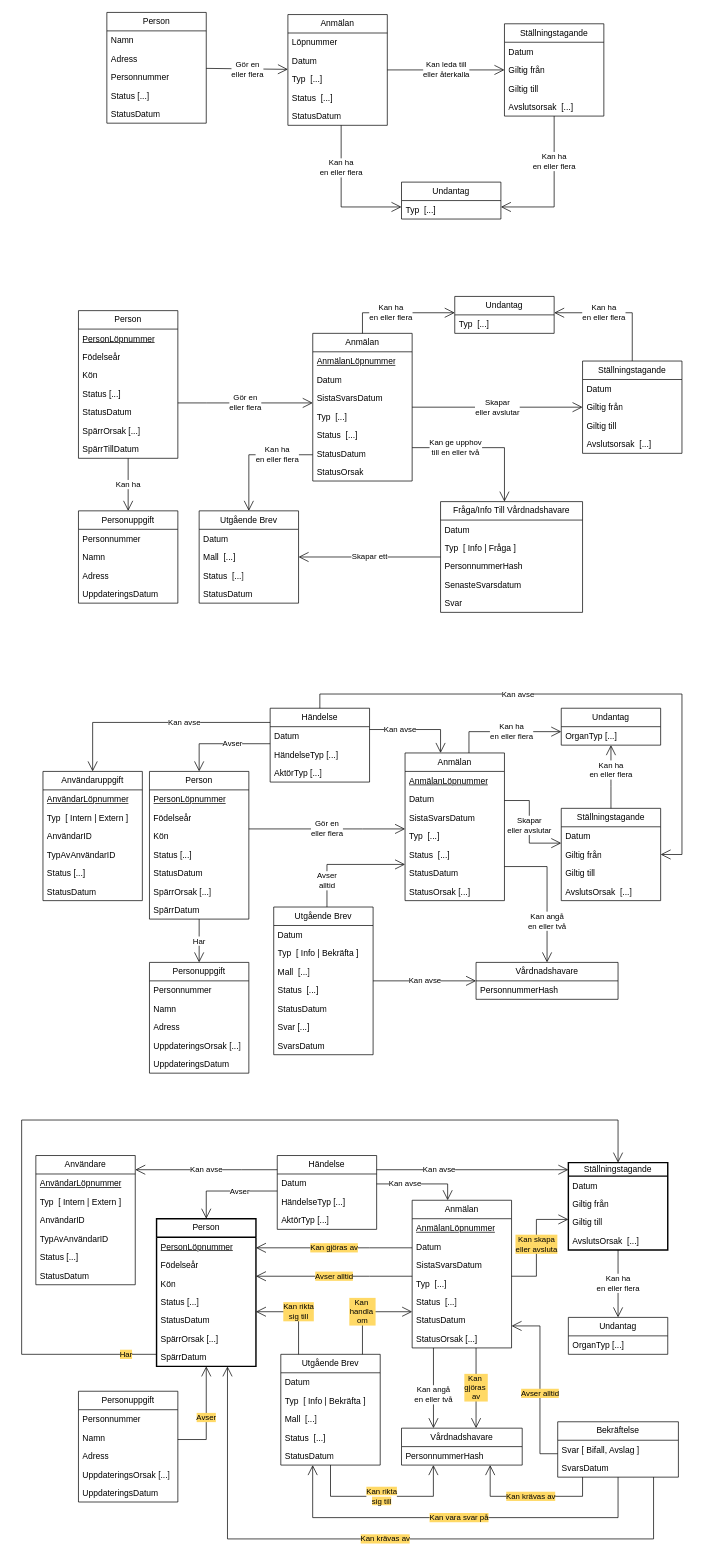
This is page "Konceptuella modeller" (7 of 9) of Donationsregister.drawio from bhagqvist-consid/ICD11, a draw.io file, before an edit. Source tidied: cells renumbered, new cells numbered last; positions are measured from the earlier drawing's top-left corner, leaving out a move shared by most shapes. Both pictures are drawn from the tidied source at 71%, with x=0, y=0 at pixel (21, 12).
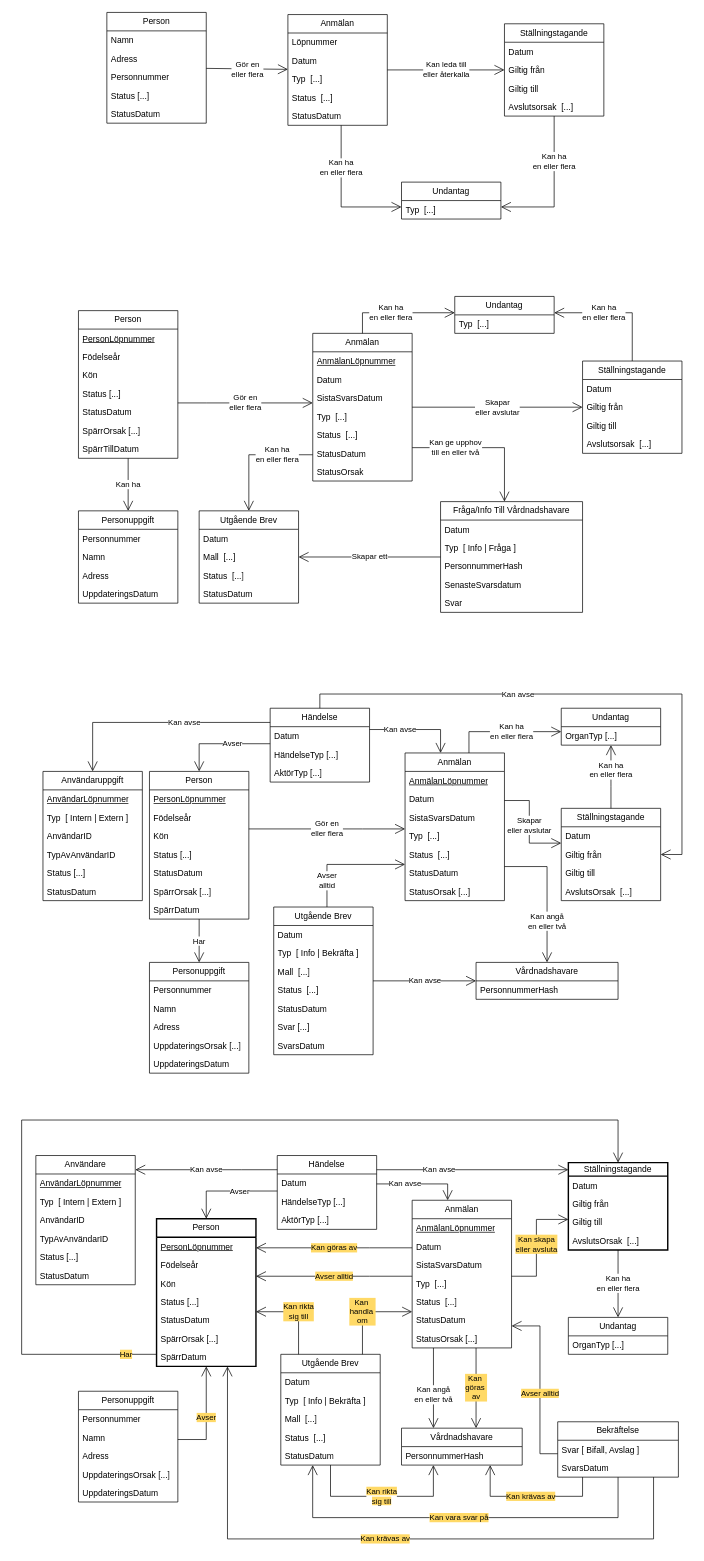
After the change.

The change refers to these unchanged cells:
```xml
<mxCell id="134" value="Person" style="swimlane;fontStyle=0;horizontal=1;startSize=26;fillColor=none;whiteSpace=wrap;html=1;strokeWidth=2;" parent="1" vertex="1">
  <mxGeometry x="190" y="1699" width="140" height="208" as="geometry" />
</mxCell>
<mxCell id="142" value="Anmälan" style="swimlane;fontStyle=0;horizontal=1;startSize=26;fillColor=none;whiteSpace=wrap;html=1;" parent="1" vertex="1">
  <mxGeometry x="550" y="1673" width="140" height="208" as="geometry" />
</mxCell>
<mxCell id="174" value="Vårdnadshavare" style="swimlane;fontStyle=0;horizontal=1;startSize=26;fillColor=none;whiteSpace=wrap;html=1;" parent="1" vertex="1">
  <mxGeometry x="535" y="1994" width="170" height="52" as="geometry" />
</mxCell>
```

Diff of the diagram source:
```diff
@@
-    <mxCell id="173" value="Kan&amp;nbsp;&lt;div&gt;gjöras&amp;nbsp;&lt;/div&gt;&lt;div&gt;av&lt;/div&gt;" style="edgeStyle=orthogonalEdgeStyle;rounded=0;jettySize=auto;html=1;labelBackgroundColor=#FFD966;startArrow=open;startFill=0;endArrow=none;endFill=0;strokeColor=#000000;align=center;verticalAlign=middle;fontFamily=Helvetica;fontSize=11;fontColor=default;startSize=12;endSize=12;fillColor=#0050ef;" parent="1" edge="1" source="174" target="142">
+    <mxCell id="173" value="Kan&amp;nbsp;&lt;div&gt;göras&amp;nbsp;&lt;/div&gt;&lt;div&gt;av&lt;/div&gt;" style="edgeStyle=orthogonalEdgeStyle;rounded=0;jettySize=auto;html=1;labelBackgroundColor=#FFD966;startArrow=open;startFill=0;endArrow=none;endFill=0;strokeColor=#000000;align=center;verticalAlign=middle;fontFamily=Helvetica;fontSize=11;fontColor=default;startSize=12;endSize=12;fillColor=#0050ef;" parent="1" edge="1" source="174" target="142">
       <mxGeometry relative="1" as="geometry">
         <Array as="points">
           <mxPoint x="640" y="1980" />
           <mxPoint x="640" y="1980" />
         </Array>
       </mxGeometry>
     </mxCell>
@@
-    <mxCell id="196" value="Kan gjöras av" style="edgeStyle=orthogonalEdgeStyle;rounded=0;jettySize=auto;html=1;fillColor=#0050ef;strokeColor=#000000;labelBackgroundColor=#FFD966;startArrow=open;startFill=0;endArrow=none;endFill=0;startSize=12;endSize=12;" parent="1" edge="1" source="134" target="142">
+    <mxCell id="196" value="Kan göras av" style="edgeStyle=orthogonalEdgeStyle;rounded=0;jettySize=auto;html=1;fillColor=#0050ef;strokeColor=#000000;labelBackgroundColor=#FFD966;startArrow=open;startFill=0;endArrow=none;endFill=0;startSize=12;endSize=12;" parent="1" edge="1" source="134" target="142">
       <mxGeometry relative="1" as="geometry">
         <Array as="points">
           <mxPoint x="490" y="1740" />
           <mxPoint x="490" y="1740" />
         </Array>
       </mxGeometry>
     </mxCell>
```
